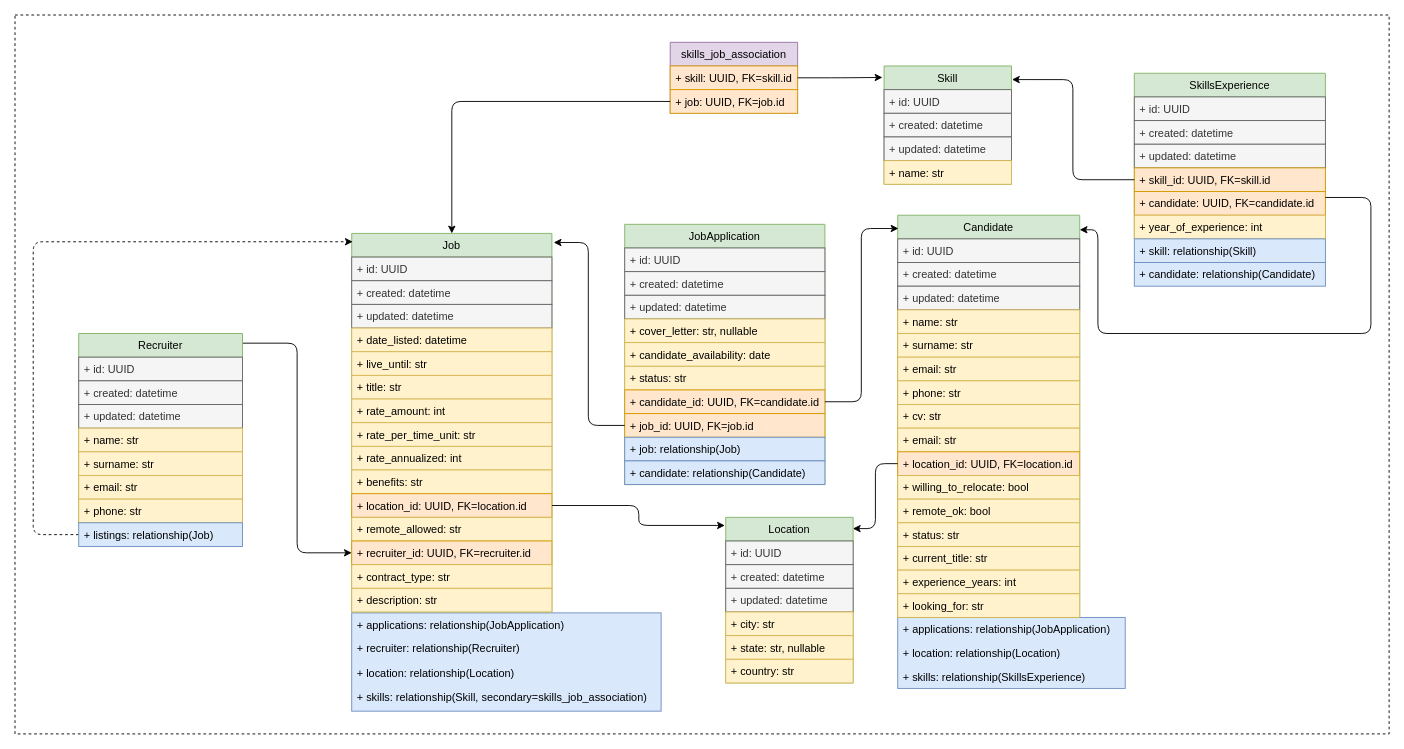
abunuwas/conferences-images keeps this draw.io diagram as page "course model" (2 of 2) of Untitled Diagram.drawio. Above is the earlier version. Source tidied: cells renumbered, new cells numbered last; positions are measured from the earlier drawing's top-left corner, leaving out a move shared by most shapes. Both pictures are drawn from the tidied source at 91%, with x=0, y=0 at pixel (15, 15).
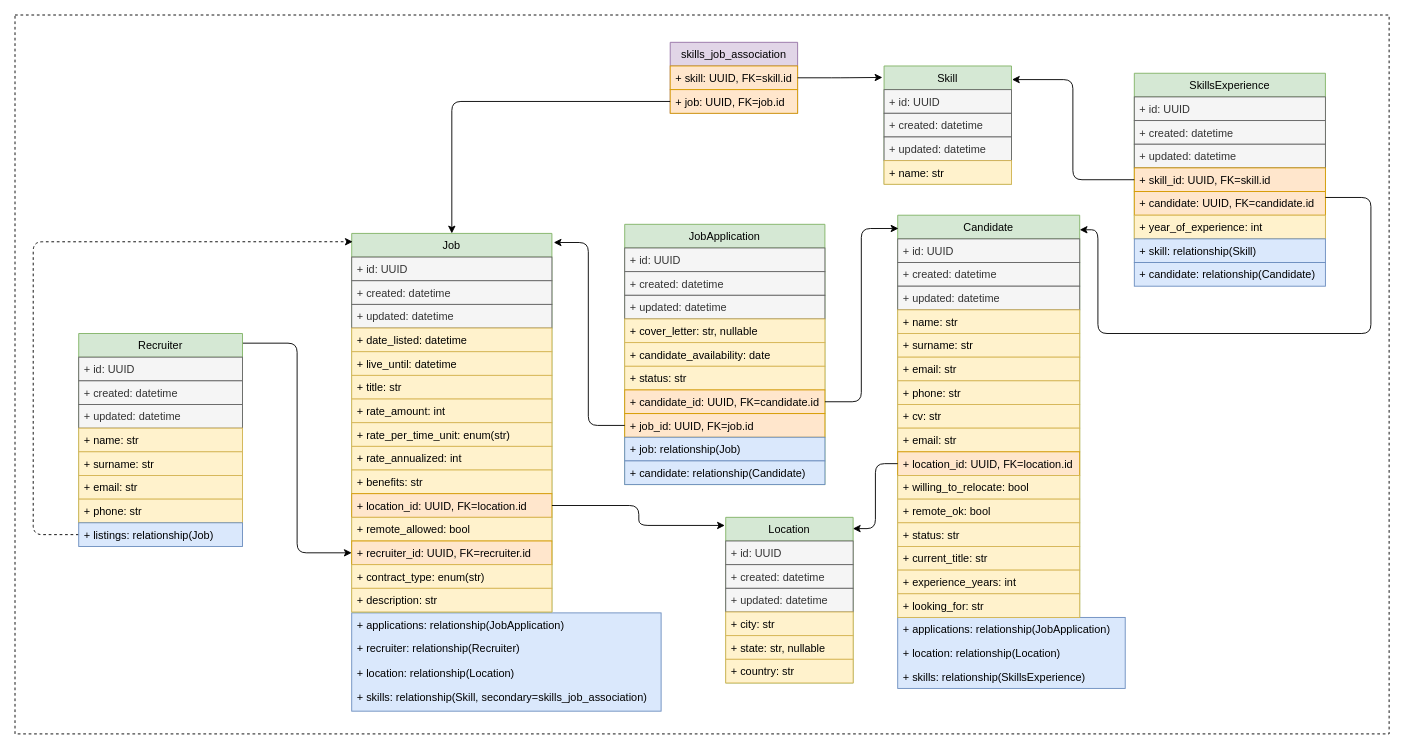
After the change.

The change refers to these unchanged cells:
```xml
<mxCell id="21" value="Job" style="swimlane;fontStyle=0;horizontal=1;startSize=26;fillColor=#d5e8d4;strokeColor=#82b366;" parent="1" vertex="1">
  <mxGeometry x="370" y="240" width="220" height="416" as="geometry" />
</mxCell>
```

Change to the diagram source:
```diff
@@
-    <mxCell id="26" value="+ live_until: str" style="text;strokeColor=#d6b656;fillColor=#fff2cc;align=left;verticalAlign=top;spacingLeft=4;spacingRight=4;overflow=hidden;" parent="21" vertex="1">
+    <mxCell id="26" value="+ live_until: datetime" style="text;strokeColor=#d6b656;fillColor=#fff2cc;align=left;verticalAlign=top;spacingLeft=4;spacingRight=4;overflow=hidden;" parent="21" vertex="1">
       <mxGeometry y="130" width="220" height="26" as="geometry" />
     </mxCell>
@@
-    <mxCell id="29" value="+ rate_per_time_unit: str" style="text;strokeColor=#d6b656;fillColor=#fff2cc;align=left;verticalAlign=top;spacingLeft=4;spacingRight=4;overflow=hidden;" parent="21" vertex="1">
+    <mxCell id="29" value="+ rate_per_time_unit: enum(str)" style="text;strokeColor=#d6b656;fillColor=#fff2cc;align=left;verticalAlign=top;spacingLeft=4;spacingRight=4;overflow=hidden;" parent="21" vertex="1">
       <mxGeometry y="208" width="220" height="26" as="geometry" />
     </mxCell>
@@
-    <mxCell id="33" value="+ remote_allowed: str" style="text;strokeColor=#d6b656;fillColor=#fff2cc;align=left;verticalAlign=top;spacingLeft=4;spacingRight=4;overflow=hidden;" parent="21" vertex="1">
+    <mxCell id="33" value="+ remote_allowed: bool" style="text;strokeColor=#d6b656;fillColor=#fff2cc;align=left;verticalAlign=top;spacingLeft=4;spacingRight=4;overflow=hidden;" parent="21" vertex="1">
       <mxGeometry y="312" width="220" height="26" as="geometry" />
     </mxCell>
@@
-    <mxCell id="35" value="+ contract_type: str" style="text;strokeColor=#d6b656;fillColor=#fff2cc;align=left;verticalAlign=top;spacingLeft=4;spacingRight=4;overflow=hidden;" parent="21" vertex="1">
+    <mxCell id="35" value="+ contract_type: enum(str)" style="text;strokeColor=#d6b656;fillColor=#fff2cc;align=left;verticalAlign=top;spacingLeft=4;spacingRight=4;overflow=hidden;" parent="21" vertex="1">
       <mxGeometry y="364" width="220" height="26" as="geometry" />
     </mxCell>
```
